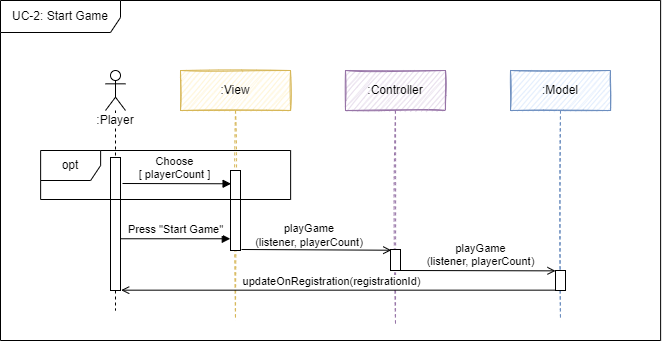
The draw.io diagram Dokumentation/App/diagrams/laufzeit/UC2_startGame.png in sckoenig/Distributed-Tron, before a commit. Source tidied: cells renumbered, new cells last; positions are measured from the earlier drawing's top-left corner, leaving out a move shared by most shapes.
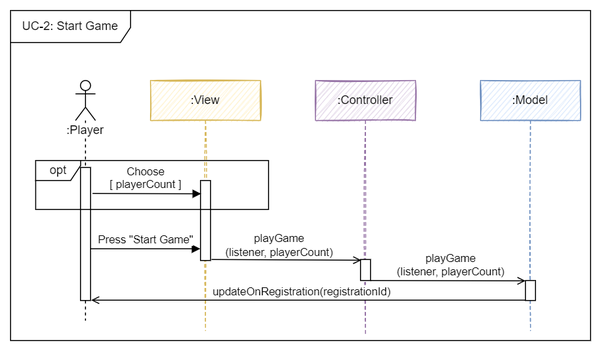
Later version of the same file.

Diff of the diagram source:
```diff
@@ -59,11 +59,11 @@
         <mxPoint x="120.7" y="289.7" as="targetPoint" />
       </mxGeometry>
     </mxCell>
-    <mxCell id="16" value="opt" style="shape=umlFrame;whiteSpace=wrap;html=1;sketch=0;" parent="1" vertex="1">
-      <mxGeometry x="40.1" y="150" width="250" height="49" as="geometry" />
+    <mxCell id="16" value="UC-2: Start Game" style="shape=umlFrame;whiteSpace=wrap;html=1;sketch=0;fillColor=default;width=120;height=32;" parent="1" vertex="1">
+      <mxGeometry x="40" width="580" height="330" as="geometry" />
     </mxCell>
-    <mxCell id="17" value="UC-2: Start Game" style="shape=umlFrame;whiteSpace=wrap;html=1;sketch=0;fillColor=default;width=120;height=32;" parent="1" vertex="1">
-      <mxGeometry width="660.1" height="340" as="geometry" />
+    <mxCell id="17" value="opt" style="shape=umlFrame;whiteSpace=wrap;html=1;sketch=0;width=45;height=20;" parent="1" vertex="1">
+      <mxGeometry x="65.1" y="150" width="232.9" height="49" as="geometry" />
     </mxCell>
   </root>
 </mxGraphModel>
```
